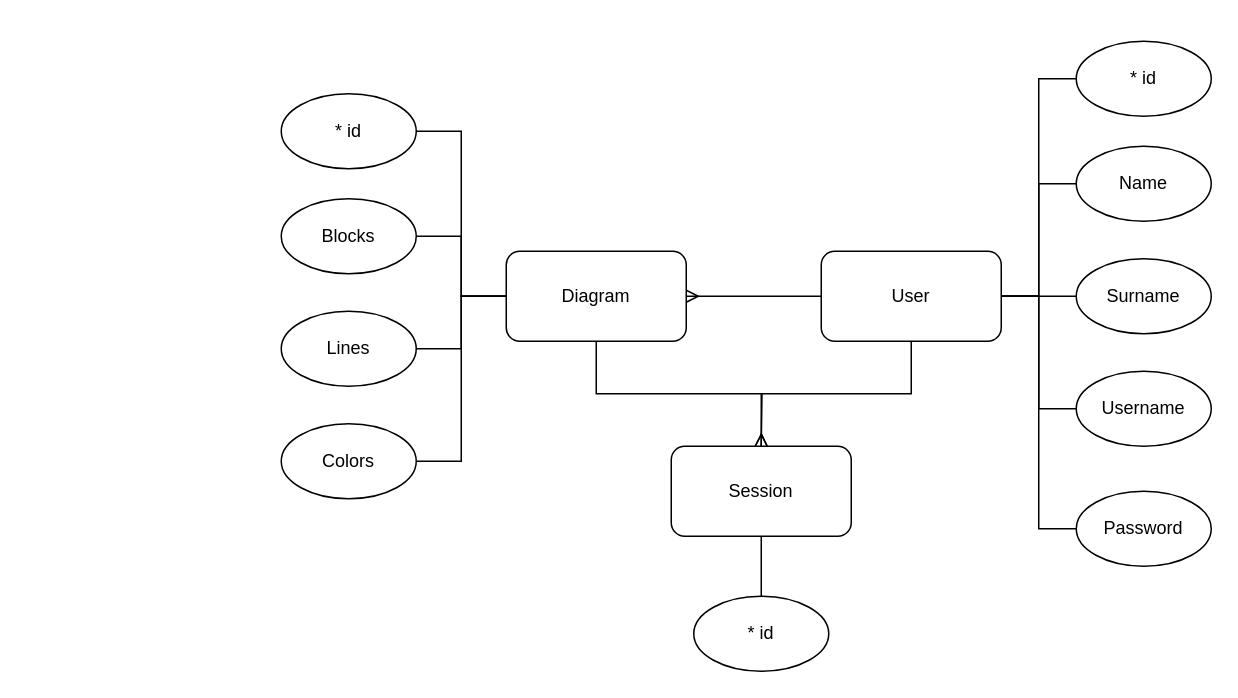
Above: 6 семестр/Проектирование программного обеспечения/Лабораторная работа 1/ER-диаграмма сущностей.drawio in LDK28/BMSTU-IU7 (draw.io), before the change. Source tidied: cells renumbered, new cells numbered last; positions are measured from the earlier drawing's top-left corner, leaving out a move shared by most shapes. Both pictures are drawn from the tidied source at 150%, with x=0, y=0 at pixel (280, 40).
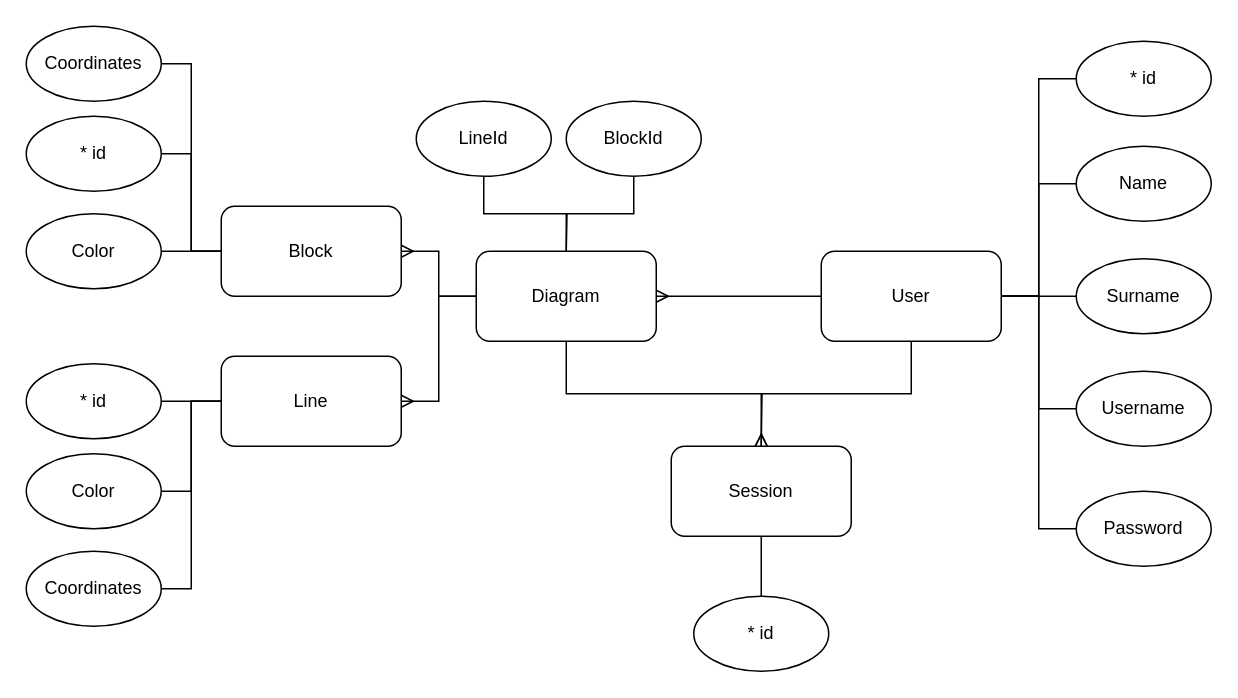
The same page after the edit.

What changed in the source:
```diff
@@
-    <mxCell id="15" style="edgeStyle=orthogonalEdgeStyle;rounded=0;jettySize=auto;html=1;exitX=0;exitY=0.5;exitDx=0;exitDy=0;entryX=1;entryY=0.5;entryDx=0;entryDy=0;endArrow=none;endFill=0;" parent="1" edge="1" source="17" target="20">
-      <mxGeometry relative="1" as="geometry" />
-    </mxCell>
@@
+    <mxCell id="28" style="edgeStyle=orthogonalEdgeStyle;rounded=0;jettySize=auto;html=1;exitX=0.5;exitY=0;exitDx=0;exitDy=0;entryX=0.5;entryY=1;entryDx=0;entryDy=0;endArrow=none;endFill=0;" parent="1" edge="1" source="17" target="41">
+      <mxGeometry relative="1" as="geometry" />
+    </mxCell>
+    <mxCell id="29" style="edgeStyle=orthogonalEdgeStyle;rounded=0;jettySize=auto;html=1;exitX=0;exitY=0.5;exitDx=0;exitDy=0;entryX=1;entryY=0.5;entryDx=0;entryDy=0;endArrow=ERmany;endFill=0;" parent="1" edge="1" source="17" target="33">
+      <mxGeometry relative="1" as="geometry" />
+    </mxCell>
+    <mxCell id="30" style="edgeStyle=orthogonalEdgeStyle;rounded=0;jettySize=auto;html=1;exitX=0;exitY=0.5;exitDx=0;exitDy=0;entryX=1;entryY=0.5;entryDx=0;entryDy=0;endArrow=ERmany;endFill=0;" parent="1" edge="1" source="17" target="34">
+      <mxGeometry relative="1" as="geometry" />
+    </mxCell>
     <mxCell id="17" value="Diagram" style="rounded=1;whiteSpace=wrap;html=1;" parent="1" vertex="1">
-      <mxGeometry x="150" y="140" width="120" height="60" as="geometry" />
+      <mxGeometry x="130" y="140" width="120" height="60" as="geometry" />
     </mxCell>
-    <mxCell id="18" style="edgeStyle=orthogonalEdgeStyle;rounded=0;jettySize=auto;html=1;exitX=1;exitY=0.5;exitDx=0;exitDy=0;entryX=0;entryY=0.5;entryDx=0;entryDy=0;endArrow=none;endFill=0;" parent="1" edge="1" source="19" target="17">
-      <mxGeometry relative="1" as="geometry" />
-    </mxCell>
+    <mxCell id="31" style="edgeStyle=orthogonalEdgeStyle;rounded=0;jettySize=auto;html=1;exitX=1;exitY=0.5;exitDx=0;exitDy=0;entryX=0;entryY=0.5;entryDx=0;entryDy=0;endArrow=none;endFill=0;" parent="1" edge="1" source="19" target="34">
+      <mxGeometry relative="1" as="geometry" />
+    </mxCell>
     <mxCell id="19" value="* id" style="ellipse;whiteSpace=wrap;html=1;" parent="1" vertex="1">
-      <mxGeometry y="35" width="90" height="50" as="geometry" />
+      <mxGeometry x="-170" y="215" width="90" height="50" as="geometry" />
     </mxCell>
-    <mxCell id="20" value="Blocks" style="ellipse;whiteSpace=wrap;html=1;" parent="1" vertex="1">
-      <mxGeometry y="105" width="90" height="50" as="geometry" />
-    </mxCell>
-    <mxCell id="21" style="edgeStyle=orthogonalEdgeStyle;rounded=0;jettySize=auto;html=1;exitX=1;exitY=0.5;exitDx=0;exitDy=0;entryX=0;entryY=0.5;entryDx=0;entryDy=0;endArrow=none;endFill=0;" parent="1" edge="1" source="22" target="17">
-      <mxGeometry relative="1" as="geometry" />
-    </mxCell>
-    <mxCell id="22" value="Lines" style="ellipse;whiteSpace=wrap;html=1;" parent="1" vertex="1">
-      <mxGeometry y="180" width="90" height="50" as="geometry" />
-    </mxCell>
-    <mxCell id="23" style="edgeStyle=orthogonalEdgeStyle;rounded=0;jettySize=auto;html=1;exitX=1;exitY=0.5;exitDx=0;exitDy=0;entryX=0;entryY=0.5;entryDx=0;entryDy=0;endArrow=none;endFill=0;" parent="1" edge="1" source="24" target="17">
-      <mxGeometry relative="1" as="geometry" />
-    </mxCell>
+    <mxCell id="32" style="edgeStyle=orthogonalEdgeStyle;rounded=0;jettySize=auto;html=1;exitX=1;exitY=0.5;exitDx=0;exitDy=0;entryX=0;entryY=0.5;entryDx=0;entryDy=0;endArrow=none;endFill=0;" parent="1" edge="1" source="24" target="34">
+      <mxGeometry relative="1" as="geometry" />
+    </mxCell>
-    <mxCell id="24" value="Colors" style="ellipse;whiteSpace=wrap;html=1;" parent="1" vertex="1">
-      <mxGeometry y="255" width="90" height="50" as="geometry" />
+    <mxCell id="24" value="Color" style="ellipse;whiteSpace=wrap;html=1;" parent="1" vertex="1">
+      <mxGeometry x="-170" y="275" width="90" height="50" as="geometry" />
     </mxCell>
@@
+    <mxCell id="33" value="Block" style="rounded=1;whiteSpace=wrap;html=1;" parent="1" vertex="1">
+      <mxGeometry x="-40" y="110" width="120" height="60" as="geometry" />
+    </mxCell>
+    <mxCell id="34" value="Line" style="rounded=1;whiteSpace=wrap;html=1;" parent="1" vertex="1">
+      <mxGeometry x="-40" y="210" width="120" height="60" as="geometry" />
+    </mxCell>
+    <mxCell id="35" style="edgeStyle=orthogonalEdgeStyle;rounded=0;jettySize=auto;html=1;exitX=1;exitY=0.5;exitDx=0;exitDy=0;endArrow=none;endFill=0;entryX=0;entryY=0.5;entryDx=0;entryDy=0;" parent="1" edge="1" source="36" target="33">
+      <mxGeometry relative="1" as="geometry" />
+    </mxCell>
+    <mxCell id="36" value="* id" style="ellipse;whiteSpace=wrap;html=1;" parent="1" vertex="1">
+      <mxGeometry x="-170" y="50" width="90" height="50" as="geometry" />
+    </mxCell>
+    <mxCell id="37" style="edgeStyle=orthogonalEdgeStyle;rounded=0;jettySize=auto;html=1;exitX=1;exitY=0.5;exitDx=0;exitDy=0;entryX=0;entryY=0.5;entryDx=0;entryDy=0;endArrow=none;endFill=0;" parent="1" edge="1" source="38" target="33">
+      <mxGeometry relative="1" as="geometry" />
+    </mxCell>
+    <mxCell id="38" value="Color" style="ellipse;whiteSpace=wrap;html=1;" parent="1" vertex="1">
+      <mxGeometry x="-170" y="115" width="90" height="50" as="geometry" />
+    </mxCell>
+    <mxCell id="39" style="edgeStyle=orthogonalEdgeStyle;rounded=0;jettySize=auto;html=1;exitX=0.5;exitY=1;exitDx=0;exitDy=0;endArrow=none;endFill=0;" parent="1" edge="1" source="40">
+      <mxGeometry relative="1" as="geometry">
+        <mxPoint x="190" y="140" as="targetPoint" />
+      </mxGeometry>
+    </mxCell>
+    <mxCell id="40" value="BlockId" style="ellipse;whiteSpace=wrap;html=1;" parent="1" vertex="1">
+      <mxGeometry x="190" y="40" width="90" height="50" as="geometry" />
+    </mxCell>
+    <mxCell id="41" value="LineId" style="ellipse;whiteSpace=wrap;html=1;" parent="1" vertex="1">
+      <mxGeometry x="90" y="40" width="90" height="50" as="geometry" />
+    </mxCell>
+    <mxCell id="42" style="edgeStyle=orthogonalEdgeStyle;rounded=0;jettySize=auto;html=1;exitX=1;exitY=0.5;exitDx=0;exitDy=0;entryX=0;entryY=0.5;entryDx=0;entryDy=0;endArrow=none;endFill=0;" parent="1" edge="1" source="43" target="33">
+      <mxGeometry relative="1" as="geometry" />
+    </mxCell>
+    <mxCell id="43" value="Coordinates" style="ellipse;whiteSpace=wrap;html=1;" parent="1" vertex="1">
+      <mxGeometry x="-170" y="-10" width="90" height="50" as="geometry" />
+    </mxCell>
+    <mxCell id="44" style="edgeStyle=orthogonalEdgeStyle;rounded=0;jettySize=auto;html=1;exitX=1;exitY=0.5;exitDx=0;exitDy=0;entryX=0;entryY=0.5;entryDx=0;entryDy=0;endArrow=none;endFill=0;" parent="1" edge="1" source="45" target="34">
+      <mxGeometry relative="1" as="geometry" />
+    </mxCell>
+    <mxCell id="45" value="Coordinates" style="ellipse;whiteSpace=wrap;html=1;" parent="1" vertex="1">
+      <mxGeometry x="-170" y="340" width="90" height="50" as="geometry" />
+    </mxCell>
```
